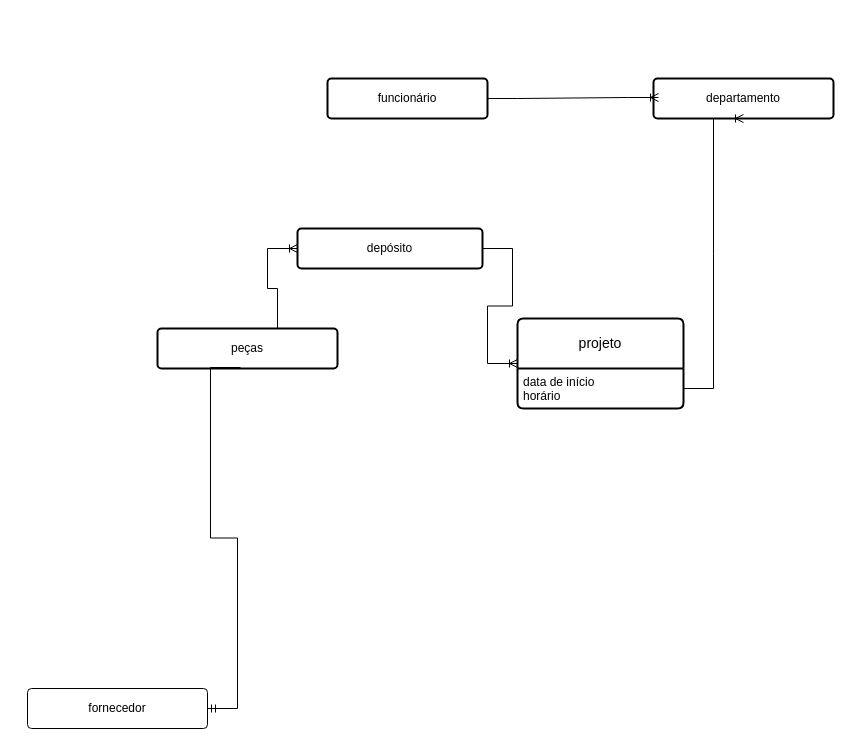
Above: departamento.drawio in biacapist1224/Diagramas (draw.io), before the change. Source tidied: cells renumbered, new cells numbered last; positions are measured from the earlier drawing's top-left corner, leaving out a move shared by most shapes. Both pictures are drawn from the tidied source at 100%, with x=0, y=0 at pixel (27, 78).
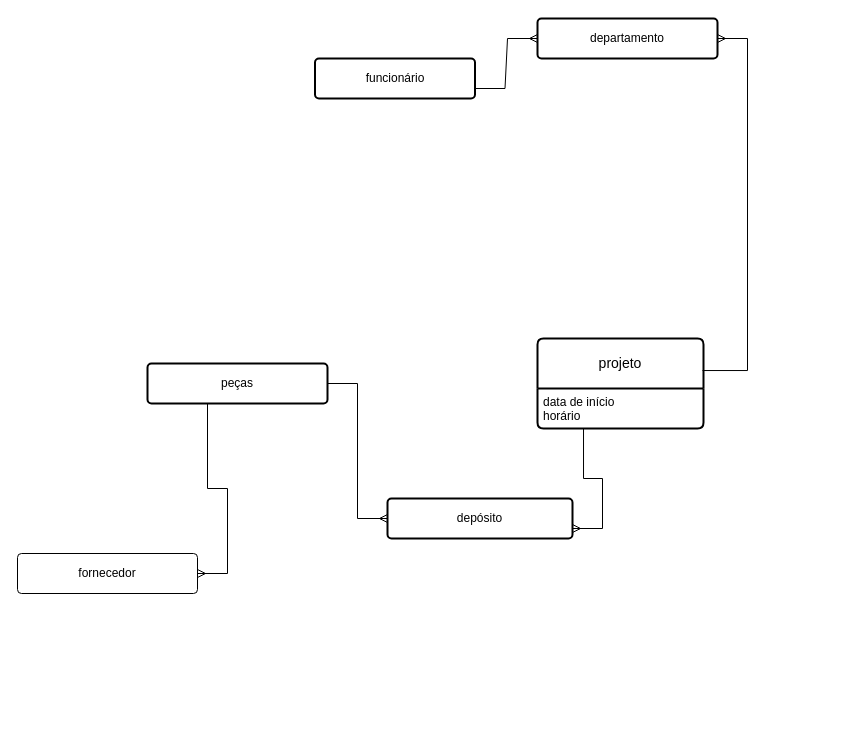
Above is the later version.

What changed in the source:
```diff
@@
 <mxGraphModel>
   <root>
     <mxCell id="0" />
     <mxCell id="1" parent="0" />
     <mxCell id="2" value="funcionário" style="rounded=1;arcSize=10;whiteSpace=wrap;html=1;align=center;strokeWidth=2;" parent="1" vertex="1">
-      <mxGeometry x="300" width="160" height="40" as="geometry" />
+      <mxGeometry x="287.5" y="-20" width="160" height="40" as="geometry" />
     </mxCell>
     <mxCell id="3" value="departamento" style="rounded=1;arcSize=10;whiteSpace=wrap;html=1;align=center;strokeWidth=2;" parent="1" vertex="1">
-      <mxGeometry x="626" width="180" height="40" as="geometry" />
+      <mxGeometry x="510" y="-60" width="180" height="40" as="geometry" />
     </mxCell>
     <mxCell id="4" value="depósito" style="rounded=1;arcSize=10;whiteSpace=wrap;html=1;align=center;strokeWidth=2;" parent="1" vertex="1">
-      <mxGeometry x="270" y="150" width="185" height="40" as="geometry" />
+      <mxGeometry x="360" y="420" width="185" height="40" as="geometry" />
     </mxCell>
     <mxCell id="5" value="peças" style="rounded=1;arcSize=10;whiteSpace=wrap;html=1;align=center;strokeWidth=2;" parent="1" vertex="1">
-      <mxGeometry x="130" y="250" width="180" height="40" as="geometry" />
+      <mxGeometry x="120" y="285" width="180" height="40" as="geometry" />
     </mxCell>
     <mxCell id="6" value="projeto" style="swimlane;horizontal=1;startSize=50;rounded=1;fontSize=14;fontStyle=0;strokeWidth=2;shadow=0;dashed=0;align=center;arcSize=4;whiteSpace=wrap;html=1;" parent="1" vertex="1">
-      <mxGeometry x="490" y="240" width="166" height="90" as="geometry" />
+      <mxGeometry x="510" y="260" width="166" height="90" as="geometry" />
     </mxCell>
     <mxCell id="7" value="&lt;div&gt;data de início&lt;/div&gt;&lt;div&gt;horário&lt;br&gt;&lt;/div&gt;" style="align=left;strokeColor=none;fillColor=none;spacingLeft=4;fontSize=12;verticalAlign=top;html=1;" parent="6" vertex="1">
       <mxGeometry y="50" width="166" height="40" as="geometry" />
     </mxCell>
-    <mxCell id="8" style="edgeStyle=entityRelationEdgeStyle;fontSize=12;html=1;endArrow=ERoneToMany;rounded=0;entryX=0.092;entryY=0.483;entryDx=0;entryDy=0;entryPerimeter=0;" parent="1" edge="1" source="2">
-      <mxGeometry relative="1" as="geometry">
-        <mxPoint x="631" y="19" as="targetPoint" />
-        <Array as="points">
-          <mxPoint x="480" y="10" />
-        </Array>
-      </mxGeometry>
-    </mxCell>
-    <mxCell id="9" style="edgeStyle=entityRelationEdgeStyle;fontSize=12;html=1;endArrow=ERoneToMany;rounded=0;exitX=1;exitY=0.5;exitDx=0;exitDy=0;entryX=0.5;entryY=1;entryDx=0;entryDy=0;" parent="1" edge="1" source="7" target="3">
-      <mxGeometry relative="1" as="geometry">
-        <Array as="points">
-          <mxPoint x="749" y="178" />
-        </Array>
-      </mxGeometry>
-    </mxCell>
-    <mxCell id="10" style="edgeStyle=entityRelationEdgeStyle;fontSize=12;html=1;endArrow=ERoneToMany;rounded=0;entryX=0;entryY=0.5;entryDx=0;entryDy=0;" parent="1" edge="1" source="4" target="6">
-      <mxGeometry relative="1" as="geometry" />
-    </mxCell>
+    <mxCell id="14" value="fornecedor" style="rounded=1;arcSize=10;whiteSpace=wrap;html=1;align=center;" parent="1" vertex="1">
+      <mxGeometry x="-10" y="475" width="180" height="40" as="geometry" />
+    </mxCell>
+    <mxCell id="15" style="edgeStyle=entityRelationEdgeStyle;fontSize=12;html=1;endArrow=ERmany;rounded=0;entryX=0;entryY=0.5;entryDx=0;entryDy=0;exitX=1;exitY=0.75;exitDx=0;exitDy=0;" parent="1" edge="1" source="2" target="3">
+      <mxGeometry relative="1" as="geometry" />
+    </mxCell>
+    <mxCell id="16" style="edgeStyle=entityRelationEdgeStyle;fontSize=12;html=1;endArrow=ERmany;rounded=0;exitX=0.994;exitY=0.356;exitDx=0;exitDy=0;exitPerimeter=0;" parent="1" edge="1" source="6" target="3">
+      <mxGeometry relative="1" as="geometry" />
+    </mxCell>
+    <mxCell id="17" style="edgeStyle=entityRelationEdgeStyle;fontSize=12;html=1;endArrow=ERmany;rounded=0;entryX=1;entryY=0.75;entryDx=0;entryDy=0;exitX=0.458;exitY=1;exitDx=0;exitDy=0;exitPerimeter=0;" parent="1" edge="1" source="7" target="4">
+      <mxGeometry relative="1" as="geometry" />
+    </mxCell>
-    <mxCell id="11" style="edgeStyle=entityRelationEdgeStyle;fontSize=12;html=1;endArrow=ERoneToMany;rounded=0;entryX=0;entryY=0.5;entryDx=0;entryDy=0;exitX=0.5;exitY=0;exitDx=0;exitDy=0;" parent="1" edge="1" source="5" target="4">
+    <mxCell id="11" style="edgeStyle=entityRelationEdgeStyle;fontSize=12;html=1;endArrow=ERmany;rounded=0;entryX=0;entryY=0.5;entryDx=0;entryDy=0;exitX=1;exitY=0.5;exitDx=0;exitDy=0;" parent="1" edge="1" source="5" target="4">
       <mxGeometry relative="1" as="geometry" />
     </mxCell>
-    <mxCell id="12" style="edgeStyle=entityRelationEdgeStyle;fontSize=12;html=1;endArrow=ERmandOne;rounded=0;exitX=0.461;exitY=0.975;exitDx=0;exitDy=0;exitPerimeter=0;" parent="1" edge="1" source="14">
-      <mxGeometry relative="1" as="geometry">
-        <mxPoint x="40" y="620" as="targetPoint" />
-      </mxGeometry>
-    </mxCell>
-    <mxCell id="13" style="edgeStyle=entityRelationEdgeStyle;fontSize=12;html=1;endArrow=ERmandOne;rounded=0;exitX=0.461;exitY=0.975;exitDx=0;exitDy=0;exitPerimeter=0;" parent="1" edge="1" source="5" target="14">
+    <mxCell id="13" style="edgeStyle=entityRelationEdgeStyle;fontSize=12;html=1;endArrow=ERmany;rounded=0;exitX=0.5;exitY=1;exitDx=0;exitDy=0;" parent="1" edge="1" source="5" target="14">
       <mxGeometry relative="1" as="geometry" />
     </mxCell>
-    <mxCell id="14" value="fornecedor" style="rounded=1;arcSize=10;whiteSpace=wrap;html=1;align=center;" parent="1" vertex="1">
-      <mxGeometry y="610" width="180" height="40" as="geometry" />
-    </mxCell>
   </root>
 </mxGraphModel>
```
